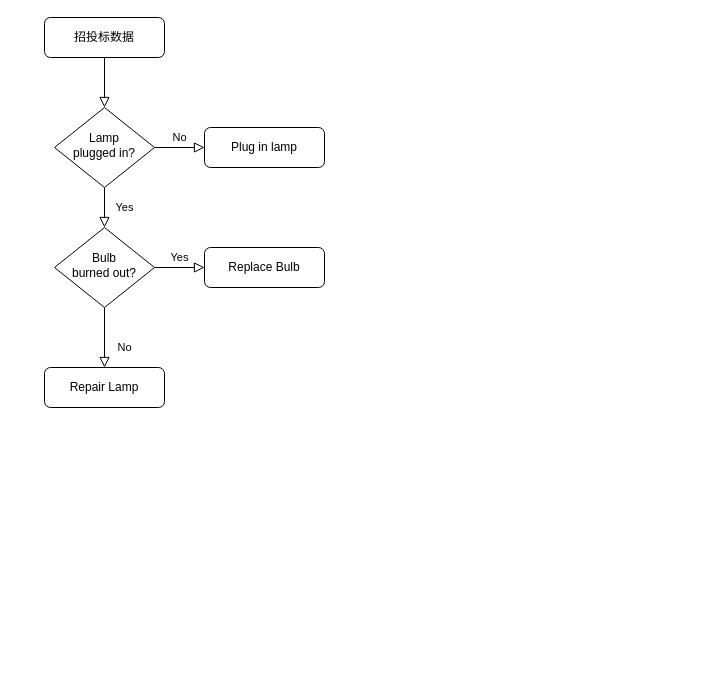
cooper147/dr_report keeps this draw.io diagram as 未命名绘图.drawio. Above is the earlier version. Source tidied: cells renumbered, new cells numbered last; positions are measured from the earlier drawing's top-left corner, leaving out a move shared by most shapes. Both pictures are drawn from the tidied source at 100%, with x=0, y=0 at pixel (44, 17).
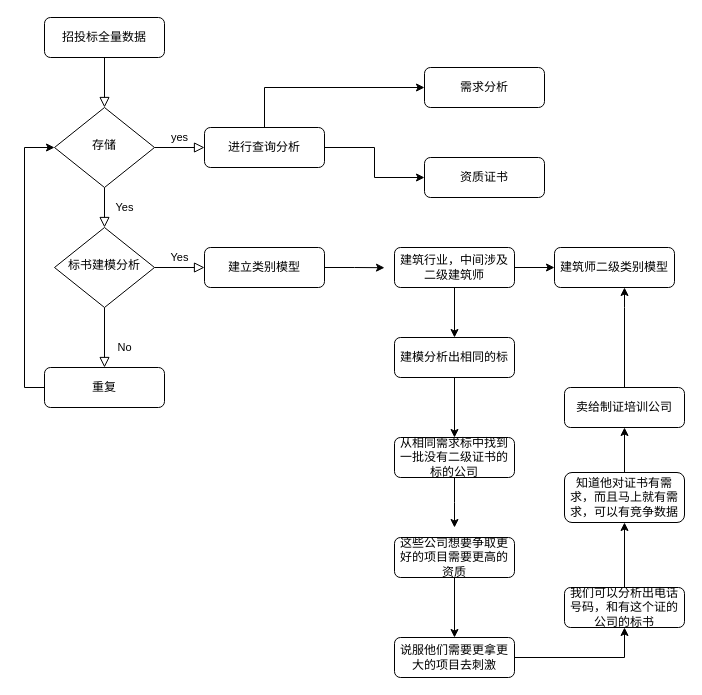
Above is the later version.

Commit message:
招投标全量数据.drawio

What changed in the source:
```diff
@@
-    <mxCell id="3" value="招投标数据" style="rounded=1;whiteSpace=wrap;html=1;fontSize=12;glass=0;strokeWidth=1;shadow=0;" parent="1" vertex="1">
+    <mxCell id="3" value="招投标全量数据" style="rounded=1;whiteSpace=wrap;html=1;fontSize=12;glass=0;strokeWidth=1;shadow=0;" parent="1" vertex="1">
       <mxGeometry width="120" height="40" as="geometry" />
     </mxCell>
@@
-    <mxCell id="5" value="No" style="edgeStyle=orthogonalEdgeStyle;rounded=0;html=1;jettySize=auto;fontSize=11;endArrow=block;endFill=0;endSize=8;strokeWidth=1;shadow=0;labelBackgroundColor=none;" parent="1" edge="1" source="6" target="7">
+    <mxCell id="5" value="yes" style="edgeStyle=orthogonalEdgeStyle;rounded=0;html=1;jettySize=auto;fontSize=11;endArrow=block;endFill=0;endSize=8;strokeWidth=1;shadow=0;labelBackgroundColor=none;" parent="1" edge="1" source="6" target="7">
       <mxGeometry y="10" relative="1" as="geometry" />
     </mxCell>
-    <mxCell id="6" value="Lamp&lt;br&gt;plugged in?" style="rhombus;whiteSpace=wrap;html=1;shadow=0;fontFamily=Helvetica;fontSize=12;align=center;strokeWidth=1;spacing=6;spacingTop=-4;" parent="1" vertex="1">
+    <mxCell id="6" value="存储" style="rhombus;whiteSpace=wrap;html=1;shadow=0;fontFamily=Helvetica;fontSize=12;align=center;strokeWidth=1;spacing=6;spacingTop=-4;" parent="1" vertex="1">
       <mxGeometry x="10" y="90" width="100" height="80" as="geometry" />
     </mxCell>
+    <mxCell id="13" style="edgeStyle=orthogonalEdgeStyle;rounded=0;jettySize=auto;html=1;entryX=0;entryY=0.5;entryDx=0;entryDy=0;" parent="1" edge="1" source="7" target="35">
+      <mxGeometry relative="1" as="geometry" />
+    </mxCell>
+    <mxCell id="14" style="edgeStyle=orthogonalEdgeStyle;rounded=0;jettySize=auto;html=1;exitX=0.5;exitY=0;exitDx=0;exitDy=0;entryX=0;entryY=0.5;entryDx=0;entryDy=0;" parent="1" edge="1" source="7" target="36">
+      <mxGeometry relative="1" as="geometry" />
+    </mxCell>
-    <mxCell id="7" value="Plug in lamp" style="rounded=1;whiteSpace=wrap;html=1;fontSize=12;glass=0;strokeWidth=1;shadow=0;" parent="1" vertex="1">
+    <mxCell id="7" value="进行查询分析" style="rounded=1;whiteSpace=wrap;html=1;fontSize=12;glass=0;strokeWidth=1;shadow=0;" parent="1" vertex="1">
       <mxGeometry x="160" y="110" width="120" height="40" as="geometry" />
     </mxCell>
@@
-    <mxCell id="10" value="Bulb&lt;br&gt;burned out?" style="rhombus;whiteSpace=wrap;html=1;shadow=0;fontFamily=Helvetica;fontSize=12;align=center;strokeWidth=1;spacing=6;spacingTop=-4;" parent="1" vertex="1">
+    <mxCell id="10" value="标书建模分析" style="rhombus;whiteSpace=wrap;html=1;shadow=0;fontFamily=Helvetica;fontSize=12;align=center;strokeWidth=1;spacing=6;spacingTop=-4;" parent="1" vertex="1">
       <mxGeometry x="10" y="210" width="100" height="80" as="geometry" />
     </mxCell>
+    <mxCell id="15" style="edgeStyle=orthogonalEdgeStyle;rounded=0;jettySize=auto;html=1;exitX=0;exitY=0.5;exitDx=0;exitDy=0;entryX=0;entryY=0.5;entryDx=0;entryDy=0;" parent="1" edge="1" source="11" target="6">
+      <mxGeometry relative="1" as="geometry" />
+    </mxCell>
-    <mxCell id="11" value="Repair Lamp" style="rounded=1;whiteSpace=wrap;html=1;fontSize=12;glass=0;strokeWidth=1;shadow=0;" parent="1" vertex="1">
+    <mxCell id="11" value="重复" style="rounded=1;whiteSpace=wrap;html=1;fontSize=12;glass=0;strokeWidth=1;shadow=0;" parent="1" vertex="1">
       <mxGeometry y="350" width="120" height="40" as="geometry" />
     </mxCell>
+    <mxCell id="16" style="edgeStyle=orthogonalEdgeStyle;rounded=0;jettySize=auto;html=1;exitX=1;exitY=0.5;exitDx=0;exitDy=0;" parent="1" edge="1" source="12">
+      <mxGeometry relative="1" as="geometry">
+        <mxPoint x="340" y="250.2" as="targetPoint" />
+      </mxGeometry>
+    </mxCell>
-    <mxCell id="12" value="Replace Bulb" style="rounded=1;whiteSpace=wrap;html=1;fontSize=12;glass=0;strokeWidth=1;shadow=0;" parent="1" vertex="1">
+    <mxCell id="12" value="建立类别模型" style="rounded=1;whiteSpace=wrap;html=1;fontSize=12;glass=0;strokeWidth=1;shadow=0;" parent="1" vertex="1">
       <mxGeometry x="160" y="230" width="120" height="40" as="geometry" />
     </mxCell>
+    <mxCell id="17" style="edgeStyle=orthogonalEdgeStyle;rounded=0;jettySize=auto;html=1;exitX=1;exitY=0.5;exitDx=0;exitDy=0;entryX=0;entryY=0.5;entryDx=0;entryDy=0;" parent="1" edge="1" source="19" target="20">
+      <mxGeometry relative="1" as="geometry" />
+    </mxCell>
+    <mxCell id="18" style="edgeStyle=orthogonalEdgeStyle;rounded=0;jettySize=auto;html=1;exitX=0.5;exitY=1;exitDx=0;exitDy=0;entryX=0.5;entryY=0;entryDx=0;entryDy=0;" parent="1" edge="1" source="19" target="22">
+      <mxGeometry relative="1" as="geometry" />
+    </mxCell>
+    <mxCell id="19" value="建筑行业，中间涉及二级建筑师" style="rounded=1;whiteSpace=wrap;html=1;fontSize=12;glass=0;strokeWidth=1;shadow=0;" parent="1" vertex="1">
+      <mxGeometry x="350" y="230" width="120" height="40" as="geometry" />
+    </mxCell>
+    <mxCell id="20" value="建筑师二级类别模型" style="rounded=1;whiteSpace=wrap;html=1;fontSize=12;glass=0;strokeWidth=1;shadow=0;" parent="1" vertex="1">
+      <mxGeometry x="510" y="230" width="120" height="40" as="geometry" />
+    </mxCell>
+    <mxCell id="21" style="edgeStyle=orthogonalEdgeStyle;rounded=0;jettySize=auto;html=1;entryX=0.5;entryY=0;entryDx=0;entryDy=0;" parent="1" edge="1" source="22" target="24">
+      <mxGeometry relative="1" as="geometry" />
+    </mxCell>
+    <mxCell id="22" value="建模分析出相同的标" style="rounded=1;whiteSpace=wrap;html=1;fontSize=12;glass=0;strokeWidth=1;shadow=0;" parent="1" vertex="1">
+      <mxGeometry x="350" y="320" width="120" height="40" as="geometry" />
+    </mxCell>
+    <mxCell id="23" style="edgeStyle=orthogonalEdgeStyle;rounded=0;jettySize=auto;html=1;" parent="1" edge="1" source="24">
+      <mxGeometry relative="1" as="geometry">
+        <mxPoint x="410" y="510" as="targetPoint" />
+      </mxGeometry>
+    </mxCell>
+    <mxCell id="24" value="从相同需求标中找到一批没有二级证书的标的公司" style="rounded=1;whiteSpace=wrap;html=1;fontSize=12;glass=0;strokeWidth=1;shadow=0;" parent="1" vertex="1">
+      <mxGeometry x="350" y="420" width="120" height="40" as="geometry" />
+    </mxCell>
+    <mxCell id="25" style="edgeStyle=orthogonalEdgeStyle;rounded=0;jettySize=auto;html=1;entryX=0.5;entryY=0;entryDx=0;entryDy=0;" parent="1" edge="1" source="26" target="28">
+      <mxGeometry relative="1" as="geometry" />
+    </mxCell>
+    <mxCell id="26" value="这些公司想要争取更好的项目需要更高的资质" style="rounded=1;whiteSpace=wrap;html=1;fontSize=12;glass=0;strokeWidth=1;shadow=0;" parent="1" vertex="1">
+      <mxGeometry x="350" y="520" width="120" height="40" as="geometry" />
+    </mxCell>
+    <mxCell id="27" style="edgeStyle=orthogonalEdgeStyle;rounded=0;jettySize=auto;html=1;entryX=0.5;entryY=1;entryDx=0;entryDy=0;" parent="1" edge="1" source="28" target="30">
+      <mxGeometry relative="1" as="geometry" />
+    </mxCell>
+    <mxCell id="28" value="说服他们需要更拿更大的项目去刺激" style="rounded=1;whiteSpace=wrap;html=1;fontSize=12;glass=0;strokeWidth=1;shadow=0;" parent="1" vertex="1">
+      <mxGeometry x="350" y="620" width="120" height="40" as="geometry" />
+    </mxCell>
+    <mxCell id="29" style="edgeStyle=orthogonalEdgeStyle;rounded=0;jettySize=auto;html=1;exitX=0.5;exitY=0;exitDx=0;exitDy=0;" parent="1" edge="1" source="30" target="32">
+      <mxGeometry relative="1" as="geometry" />
+    </mxCell>
+    <mxCell id="30" value="我们可以分析出电话号码，和有这个证的公司的标书" style="rounded=1;whiteSpace=wrap;html=1;fontSize=12;glass=0;strokeWidth=1;shadow=0;" parent="1" vertex="1">
+      <mxGeometry x="520" y="570" width="120" height="40" as="geometry" />
+    </mxCell>
+    <mxCell id="31" style="edgeStyle=orthogonalEdgeStyle;rounded=0;jettySize=auto;html=1;" parent="1" edge="1" source="32" target="34">
+      <mxGeometry relative="1" as="geometry">
+        <Array as="points">
+          <mxPoint x="580" y="410" />
+          <mxPoint x="580" y="410" />
+        </Array>
+      </mxGeometry>
+    </mxCell>
+    <mxCell id="32" value="知道他对证书有需求，而且马上就有需求，可以有竞争数据" style="rounded=1;whiteSpace=wrap;html=1;fontSize=12;glass=0;strokeWidth=1;shadow=0;" parent="1" vertex="1">
+      <mxGeometry x="520" y="455" width="120" height="50" as="geometry" />
+    </mxCell>
+    <mxCell id="33" style="edgeStyle=orthogonalEdgeStyle;rounded=0;jettySize=auto;html=1;" parent="1" edge="1" source="34" target="20">
+      <mxGeometry relative="1" as="geometry">
+        <Array as="points">
+          <mxPoint x="580" y="290" />
+          <mxPoint x="580" y="290" />
+        </Array>
+      </mxGeometry>
+    </mxCell>
+    <mxCell id="34" value="卖给制证培训公司" style="rounded=1;whiteSpace=wrap;html=1;fontSize=12;glass=0;strokeWidth=1;shadow=0;" parent="1" vertex="1">
+      <mxGeometry x="520" y="370" width="120" height="40" as="geometry" />
+    </mxCell>
+    <mxCell id="35" value="资质证书" style="rounded=1;whiteSpace=wrap;html=1;fontSize=12;glass=0;strokeWidth=1;shadow=0;" parent="1" vertex="1">
+      <mxGeometry x="380" y="140" width="120" height="40" as="geometry" />
+    </mxCell>
+    <mxCell id="36" value="需求分析" style="rounded=1;whiteSpace=wrap;html=1;fontSize=12;glass=0;strokeWidth=1;shadow=0;" parent="1" vertex="1">
+      <mxGeometry x="380" y="50" width="120" height="40" as="geometry" />
+    </mxCell>
```
